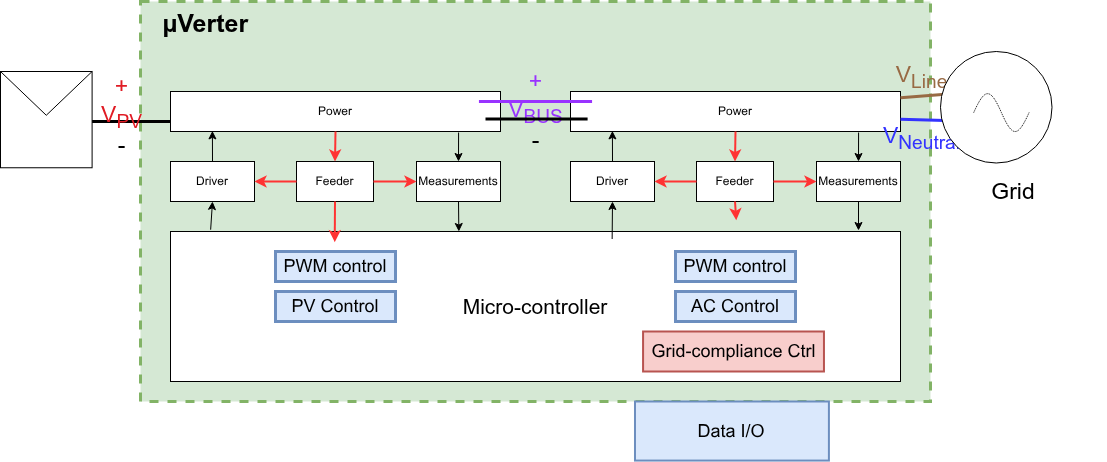
This is hardware/testing/Images/system_overview.drawio.png from owntech-foundation/micro-inverter, a draw.io export, as it was before one commit. Source tidied: cells renumbered, new cells last; positions are measured from the earlier drawing's top-left corner, leaving out a move shared by most shapes.
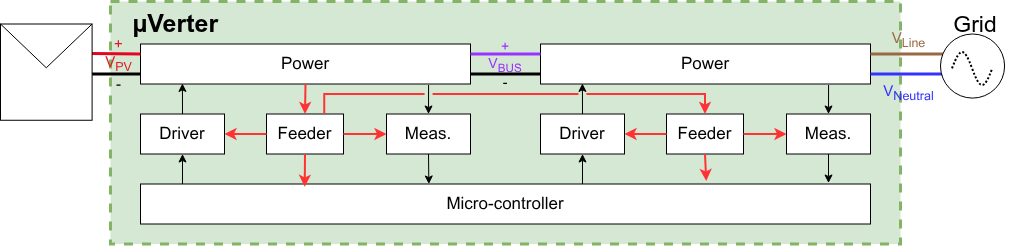
The same file after the commit.

Commit message:
updates the system overview to better describe the system itself

What changed in the source:
```diff
@@ -3,136 +3,122 @@
     <mxCell id="0" />
     <mxCell id="1" parent="0" />
     <mxCell id="2" value="&amp;nbsp; &amp;nbsp;&lt;b&gt;µVerter&lt;/b&gt;" style="rounded=0;whiteSpace=wrap;html=1;fillColor=#d5e8d4;strokeColor=#82b366;strokeWidth=3;dashed=1;align=left;verticalAlign=top;fontSize=25;" parent="1" vertex="1">
-      <mxGeometry x="140" width="790" height="400" as="geometry" />
+      <mxGeometry x="140" y="47.5" width="790" height="242.5" as="geometry" />
     </mxCell>
-    <mxCell id="3" style="edgeStyle=none;html=1;exitX=0.873;exitY=1.025;exitDx=0;exitDy=0;exitPerimeter=0;entryX=0.5;entryY=0;entryDx=0;entryDy=0;" parent="1" edge="1" source="4" target="6">
+    <mxCell id="3" style="edgeStyle=none;html=1;exitX=0.873;exitY=1.025;exitDx=0;exitDy=0;exitPerimeter=0;entryX=0.5;entryY=0;entryDx=0;entryDy=0;fontSize=17;" parent="1" edge="1" source="4" target="6">
       <mxGeometry relative="1" as="geometry" />
     </mxCell>
-    <mxCell id="4" value="Power" style="whiteSpace=wrap;html=1;" parent="1" vertex="1">
+    <mxCell id="4" value="Power" style="whiteSpace=wrap;html=1;fontSize=17;" parent="1" vertex="1">
       <mxGeometry x="170" y="90" width="330" height="40" as="geometry" />
     </mxCell>
-    <mxCell id="5" style="edgeStyle=none;html=1;exitX=0.5;exitY=1;exitDx=0;exitDy=0;entryX=0.395;entryY=0;entryDx=0;entryDy=0;entryPerimeter=0;" parent="1" edge="1" source="6" target="8">
+    <mxCell id="5" style="edgeStyle=none;html=1;exitX=0.5;exitY=1;exitDx=0;exitDy=0;entryX=0.395;entryY=0;entryDx=0;entryDy=0;entryPerimeter=0;fontSize=17;" parent="1" edge="1" source="6" target="8">
       <mxGeometry relative="1" as="geometry" />
     </mxCell>
-    <mxCell id="6" value="Measurements" style="whiteSpace=wrap;html=1;" parent="1" vertex="1">
+    <mxCell id="6" value="Meas." style="whiteSpace=wrap;html=1;fontSize=17;" parent="1" vertex="1">
       <mxGeometry x="416" y="160" width="84" height="40" as="geometry" />
     </mxCell>
-    <mxCell id="7" style="edgeStyle=none;html=1;entryX=0.5;entryY=1;entryDx=0;entryDy=0;exitX=0.055;exitY=-0.012;exitDx=0;exitDy=0;exitPerimeter=0;" parent="1" edge="1" source="8" target="10">
-      <mxGeometry relative="1" as="geometry" />
+    <mxCell id="7" style="edgeStyle=none;html=1;entryX=0.5;entryY=1;entryDx=0;entryDy=0;fontSize=17;" parent="1" edge="1" target="10">
+      <mxGeometry relative="1" as="geometry">
+        <mxPoint x="212" y="230" as="sourcePoint" />
+      </mxGeometry>
     </mxCell>
-    <mxCell id="8" value="Micro-controller" style="whiteSpace=wrap;html=1;fontSize=21;" parent="1" vertex="1">
-      <mxGeometry x="170" y="230" width="730" height="150" as="geometry" />
+    <mxCell id="8" value="Micro-controller" style="whiteSpace=wrap;html=1;fontSize=17;" parent="1" vertex="1">
+      <mxGeometry x="170" y="230" width="730" height="40" as="geometry" />
     </mxCell>
-    <mxCell id="9" style="html=1;exitX=0.5;exitY=0;exitDx=0;exitDy=0;entryX=0.127;entryY=0.985;entryDx=0;entryDy=0;entryPerimeter=0;" parent="1" edge="1" source="10" target="4">
+    <mxCell id="9" style="html=1;exitX=0.5;exitY=0;exitDx=0;exitDy=0;entryX=0.127;entryY=0.985;entryDx=0;entryDy=0;entryPerimeter=0;fontSize=17;" parent="1" edge="1" source="10" target="4">
       <mxGeometry relative="1" as="geometry" />
     </mxCell>
-    <mxCell id="10" value="Driver" style="whiteSpace=wrap;html=1;" parent="1" vertex="1">
+    <mxCell id="10" value="Driver" style="whiteSpace=wrap;html=1;fontSize=17;" parent="1" vertex="1">
       <mxGeometry x="170" y="160" width="84" height="40" as="geometry" />
     </mxCell>
-    <mxCell id="11" value="Feeder" style="whiteSpace=wrap;html=1;" parent="1" vertex="1">
+    <mxCell id="11" value="Feeder" style="whiteSpace=wrap;html=1;fontSize=17;" parent="1" vertex="1">
       <mxGeometry x="296" y="160" width="77" height="40" as="geometry" />
     </mxCell>
-    <mxCell id="12" style="edgeStyle=none;jettySize=auto;html=1;exitX=0.5;exitY=1;exitDx=0;exitDy=0;entryX=0.5;entryY=0;entryDx=0;entryDy=0;strokeWidth=2;strokeColor=#FF3333;" parent="1" edge="1" source="4" target="11">
+    <mxCell id="12" style="edgeStyle=none;jettySize=auto;html=1;exitX=0.5;exitY=1;exitDx=0;exitDy=0;entryX=0.5;entryY=0;entryDx=0;entryDy=0;strokeWidth=2;strokeColor=#FF3333;fontSize=17;" parent="1" edge="1" source="4" target="11">
       <mxGeometry relative="1" as="geometry" />
     </mxCell>
-    <mxCell id="13" style="edgeStyle=none;jettySize=auto;html=1;exitX=1;exitY=0.5;exitDx=0;exitDy=0;entryX=0;entryY=0.5;entryDx=0;entryDy=0;strokeWidth=2;strokeColor=#FF3333;" parent="1" edge="1" source="11" target="6">
+    <mxCell id="13" style="edgeStyle=none;jettySize=auto;html=1;exitX=1;exitY=0.5;exitDx=0;exitDy=0;entryX=0;entryY=0.5;entryDx=0;entryDy=0;strokeWidth=2;strokeColor=#FF3333;fontSize=17;" parent="1" edge="1" source="11" target="6">
       <mxGeometry relative="1" as="geometry" />
     </mxCell>
-    <mxCell id="14" style="edgeStyle=none;jettySize=auto;html=1;exitX=0.5;exitY=1;exitDx=0;exitDy=0;entryX=0.225;entryY=0.071;entryDx=0;entryDy=0;strokeWidth=2;strokeColor=#FF3333;entryPerimeter=0;" parent="1" edge="1" source="11" target="8">
+    <mxCell id="14" style="edgeStyle=none;jettySize=auto;html=1;exitX=0.5;exitY=1;exitDx=0;exitDy=0;entryX=0.225;entryY=0.071;entryDx=0;entryDy=0;strokeWidth=2;strokeColor=#FF3333;entryPerimeter=0;fontSize=17;" parent="1" edge="1" source="11" target="8">
       <mxGeometry relative="1" as="geometry" />
     </mxCell>
-    <mxCell id="15" style="edgeStyle=none;jettySize=auto;html=1;exitX=0;exitY=0.5;exitDx=0;exitDy=0;entryX=1;entryY=0.5;entryDx=0;entryDy=0;strokeWidth=2;strokeColor=#FF3333;" parent="1" edge="1" source="11" target="10">
+    <mxCell id="15" style="edgeStyle=none;jettySize=auto;html=1;exitX=0;exitY=0.5;exitDx=0;exitDy=0;entryX=1;entryY=0.5;entryDx=0;entryDy=0;strokeWidth=2;strokeColor=#FF3333;fontSize=17;" parent="1" edge="1" source="11" target="10">
       <mxGeometry relative="1" as="geometry" />
     </mxCell>
-    <mxCell id="16" style="edgeStyle=none;html=1;exitX=0.873;exitY=1.025;exitDx=0;exitDy=0;exitPerimeter=0;entryX=0.5;entryY=0;entryDx=0;entryDy=0;" parent="1" edge="1" source="17" target="19">
+    <mxCell id="16" style="edgeStyle=none;html=1;exitX=0.873;exitY=1.025;exitDx=0;exitDy=0;exitPerimeter=0;entryX=0.5;entryY=0;entryDx=0;entryDy=0;fontSize=17;" parent="1" edge="1" source="17" target="19">
       <mxGeometry relative="1" as="geometry" />
     </mxCell>
-    <mxCell id="17" value="Power" style="whiteSpace=wrap;html=1;" parent="1" vertex="1">
+    <mxCell id="17" value="Power" style="whiteSpace=wrap;html=1;fontSize=17;" parent="1" vertex="1">
       <mxGeometry x="570" y="90" width="330" height="40" as="geometry" />
     </mxCell>
-    <mxCell id="18" style="edgeStyle=none;html=1;exitX=0.5;exitY=1;exitDx=0;exitDy=0;" parent="1" edge="1" source="19">
+    <mxCell id="18" style="edgeStyle=none;html=1;exitX=0.5;exitY=1;exitDx=0;exitDy=0;fontSize=17;" parent="1" edge="1" source="19">
       <mxGeometry relative="1" as="geometry">
         <mxPoint x="858" y="229" as="targetPoint" />
       </mxGeometry>
     </mxCell>
-    <mxCell id="19" value="Measurements" style="whiteSpace=wrap;html=1;" parent="1" vertex="1">
+    <mxCell id="19" value="Meas." style="whiteSpace=wrap;html=1;fontSize=17;" parent="1" vertex="1">
       <mxGeometry x="816" y="160" width="84" height="40" as="geometry" />
     </mxCell>
-    <mxCell id="20" style="edgeStyle=none;html=1;entryX=0.5;entryY=1;entryDx=0;entryDy=0;exitX=0.605;exitY=0.05;exitDx=0;exitDy=0;exitPerimeter=0;" parent="1" edge="1" source="8" target="22">
-      <mxGeometry relative="1" as="geometry" />
+    <mxCell id="20" style="edgeStyle=none;html=1;entryX=0.5;entryY=1;entryDx=0;entryDy=0;fontSize=17;" parent="1" edge="1" target="22">
+      <mxGeometry relative="1" as="geometry">
+        <mxPoint x="612" y="230" as="sourcePoint" />
+      </mxGeometry>
     </mxCell>
-    <mxCell id="21" style="html=1;exitX=0.5;exitY=0;exitDx=0;exitDy=0;entryX=0.127;entryY=0.985;entryDx=0;entryDy=0;entryPerimeter=0;" parent="1" edge="1" source="22" target="17">
+    <mxCell id="21" style="html=1;exitX=0.5;exitY=0;exitDx=0;exitDy=0;entryX=0.127;entryY=0.985;entryDx=0;entryDy=0;entryPerimeter=0;fontSize=17;" parent="1" edge="1" source="22" target="17">
       <mxGeometry relative="1" as="geometry" />
     </mxCell>
-    <mxCell id="22" value="Driver" style="whiteSpace=wrap;html=1;" parent="1" vertex="1">
+    <mxCell id="22" value="Driver" style="whiteSpace=wrap;html=1;fontSize=17;" parent="1" vertex="1">
       <mxGeometry x="570" y="160" width="84" height="40" as="geometry" />
     </mxCell>
-    <mxCell id="23" value="Feeder" style="whiteSpace=wrap;html=1;" parent="1" vertex="1">
+    <mxCell id="23" value="Feeder" style="whiteSpace=wrap;html=1;fontSize=17;" parent="1" vertex="1">
       <mxGeometry x="696" y="160" width="77" height="40" as="geometry" />
     </mxCell>
-    <mxCell id="24" style="edgeStyle=none;jettySize=auto;html=1;exitX=0.5;exitY=1;exitDx=0;exitDy=0;entryX=0.5;entryY=0;entryDx=0;entryDy=0;strokeWidth=2;strokeColor=#FF3333;" parent="1" edge="1" source="17" target="23">
-      <mxGeometry relative="1" as="geometry" />
+    <mxCell id="24" style="edgeStyle=elbowEdgeStyle;jettySize=auto;html=1;exitX=0.75;exitY=0;exitDx=0;exitDy=0;entryX=0.5;entryY=0;entryDx=0;entryDy=0;strokeWidth=2;strokeColor=#FF3333;elbow=vertical;jumpStyle=gap;rounded=0;curved=0;fontSize=17;" parent="1" edge="1" source="11" target="23">
+      <mxGeometry relative="1" as="geometry">
+        <Array as="points">
+          <mxPoint x="550" y="140" />
+        </Array>
+      </mxGeometry>
     </mxCell>
-    <mxCell id="25" style="edgeStyle=none;jettySize=auto;html=1;exitX=1;exitY=0.5;exitDx=0;exitDy=0;entryX=0;entryY=0.5;entryDx=0;entryDy=0;strokeWidth=2;strokeColor=#FF3333;" parent="1" edge="1" source="23" target="19">
+    <mxCell id="25" style="edgeStyle=none;jettySize=auto;html=1;exitX=1;exitY=0.5;exitDx=0;exitDy=0;entryX=0;entryY=0.5;entryDx=0;entryDy=0;strokeWidth=2;strokeColor=#FF3333;fontSize=17;" parent="1" edge="1" source="23" target="19">
       <mxGeometry relative="1" as="geometry" />
     </mxCell>
-    <mxCell id="26" style="edgeStyle=none;jettySize=auto;html=1;exitX=0.5;exitY=1;exitDx=0;exitDy=0;entryX=0.775;entryY=-0.075;entryDx=0;entryDy=0;strokeWidth=2;strokeColor=#FF3333;entryPerimeter=0;" parent="1" edge="1" source="23" target="8">
+    <mxCell id="26" style="edgeStyle=none;jettySize=auto;html=1;exitX=0.5;exitY=1;exitDx=0;exitDy=0;entryX=0.775;entryY=-0.075;entryDx=0;entryDy=0;strokeWidth=2;strokeColor=#FF3333;entryPerimeter=0;fontSize=17;" parent="1" edge="1" source="23" target="8">
       <mxGeometry relative="1" as="geometry" />
     </mxCell>
-    <mxCell id="27" style="edgeStyle=none;jettySize=auto;html=1;exitX=0;exitY=0.5;exitDx=0;exitDy=0;entryX=1;entryY=0.5;entryDx=0;entryDy=0;strokeWidth=2;strokeColor=#FF3333;" parent="1" edge="1" source="23" target="22">
+    <mxCell id="27" style="edgeStyle=none;jettySize=auto;html=1;exitX=0;exitY=0.5;exitDx=0;exitDy=0;entryX=1;entryY=0.5;entryDx=0;entryDy=0;strokeWidth=2;strokeColor=#FF3333;fontSize=17;" parent="1" edge="1" source="23" target="22">
       <mxGeometry relative="1" as="geometry" />
     </mxCell>
-    <mxCell id="28" style="endArrow=none;html=1;rounded=0;entryX=1;entryY=0.25;entryDx=0;entryDy=0;strokeColor=light-dark(#986a44, #ededed);strokeWidth=3;" parent="1" edge="1">
-      <mxGeometry relative="1" as="geometry">
-        <mxPoint x="980" y="90" as="sourcePoint" />
-        <mxPoint x="900" y="96.2" as="targetPoint" />
-      </mxGeometry>
+    <mxCell id="28" style="endArrow=none;html=1;rounded=0;entryX=1;entryY=0.25;entryDx=0;entryDy=0;strokeColor=light-dark(#986a44, #ededed);strokeWidth=3;exitX=0.156;exitY=0.312;exitDx=0;exitDy=0;exitPerimeter=0;" parent="1" edge="1" source="45" target="17">
+      <mxGeometry relative="1" as="geometry" />
     </mxCell>
-    <mxCell id="29" style="endArrow=none;html=1;rounded=0;strokeWidth=3;exitX=0;exitY=0.75;exitDx=0;exitDy=0;" parent="1" edge="1" source="4">
-      <mxGeometry relative="1" as="geometry">
-        <mxPoint x="67.9" y="120" as="targetPoint" />
-      </mxGeometry>
+    <mxCell id="29" style="endArrow=none;html=1;rounded=0;strokeWidth=3;exitX=0;exitY=0.75;exitDx=0;exitDy=0;entryX=0.98;entryY=0.52;entryDx=0;entryDy=0;entryPerimeter=0;" parent="1" edge="1" source="4" target="41">
+      <mxGeometry relative="1" as="geometry" />
     </mxCell>
-    <mxCell id="30" style="endArrow=none;html=1;rounded=0;entryX=1;entryY=0.25;entryDx=0;entryDy=0;fillColor=#f8cecc;strokeColor=light-dark(#e40620, #d7817e);strokeWidth=3;" parent="1" edge="1" source="52">
-      <mxGeometry relative="1" as="geometry">
-        <mxPoint x="70" y="100" as="targetPoint" />
-      </mxGeometry>
+    <mxCell id="30" style="endArrow=none;html=1;rounded=0;entryX=0.999;entryY=0.307;entryDx=0;entryDy=0;fillColor=#f8cecc;strokeColor=light-dark(#e40620, #d7817e);strokeWidth=3;exitX=0;exitY=0.25;exitDx=0;exitDy=0;entryPerimeter=0;" parent="1" edge="1" source="4" target="41">
+      <mxGeometry relative="1" as="geometry" />
     </mxCell>
-    <mxCell id="31" style="endArrow=none;html=1;rounded=0;strokeColor=#3333FF;strokeWidth=3;" parent="1" edge="1">
-      <mxGeometry relative="1" as="geometry">
-        <mxPoint x="980" y="120" as="sourcePoint" />
-        <mxPoint x="900" y="117.7" as="targetPoint" />
-      </mxGeometry>
+    <mxCell id="31" style="endArrow=none;html=1;rounded=0;strokeColor=#3333FF;strokeWidth=3;exitX=0.156;exitY=0.624;exitDx=0;exitDy=0;exitPerimeter=0;entryX=1;entryY=0.75;entryDx=0;entryDy=0;" parent="1" edge="1" source="45" target="17">
+      <mxGeometry relative="1" as="geometry" />
     </mxCell>
-    <mxCell id="32" style="endArrow=none;html=1;rounded=0;exitX=0;exitY=0.25;exitDx=0;exitDy=0;entryX=1;entryY=0.25;entryDx=0;entryDy=0;fillColor=#f8cecc;strokeColor=light-dark(#9933FF,#D7817E);strokeWidth=3;" parent="1" edge="1">
-      <mxGeometry relative="1" as="geometry">
-        <mxPoint x="591.6" y="100" as="sourcePoint" />
-        <mxPoint x="478.4" y="100" as="targetPoint" />
-      </mxGeometry>
+    <mxCell id="32" style="endArrow=none;html=1;rounded=0;fillColor=#f8cecc;strokeColor=light-dark(#9933FF,#D7817E);strokeWidth=3;exitX=0;exitY=0.25;exitDx=0;exitDy=0;entryX=1;entryY=0.25;entryDx=0;entryDy=0;fontSize=17;" parent="1" edge="1" source="17" target="4">
+      <mxGeometry relative="1" as="geometry" />
     </mxCell>
-    <mxCell id="33" value="&lt;div&gt;&lt;span style=&quot;color: light-dark(rgb(153, 51, 255), transparent);&quot;&gt;+&lt;br&gt;V&lt;sub&gt;BUS&lt;/sub&gt;&lt;/span&gt;&lt;/div&gt;&lt;div&gt;-&lt;/div&gt;" style="text;html=1;whiteSpace=wrap;strokeColor=none;fillColor=none;align=center;verticalAlign=middle;rounded=0;fontSize=23;" parent="1" vertex="1">
-      <mxGeometry x="486.5" y="80.5" width="97" height="59.1" as="geometry" />
+    <mxCell id="33" value="&lt;div&gt;&lt;span style=&quot;color: light-dark(rgb(153, 51, 255), transparent);&quot;&gt;+&lt;br&gt;V&lt;sub&gt;BUS&lt;/sub&gt;&lt;/span&gt;&lt;/div&gt;&lt;div&gt;-&lt;/div&gt;" style="text;html=1;whiteSpace=wrap;strokeColor=none;fillColor=none;align=center;verticalAlign=middle;rounded=0;fontSize=14;" parent="1" vertex="1">
+      <mxGeometry x="510" y="90" width="50" height="40" as="geometry" />
     </mxCell>
-    <mxCell id="34" value="&lt;div&gt;&lt;span style=&quot;color: light-dark(rgb(152, 106, 68), rgb(237, 237, 237));&quot;&gt;V&lt;sub&gt;Line&lt;/sub&gt;&lt;/span&gt;&lt;/div&gt;" style="text;html=1;whiteSpace=wrap;strokeColor=none;fillColor=none;align=center;verticalAlign=middle;rounded=0;fontSize=23;" parent="1" vertex="1">
-      <mxGeometry x="872.9" y="45.7" width="97" height="59.1" as="geometry" />
+    <mxCell id="34" value="&lt;div&gt;&lt;span style=&quot;color: light-dark(rgb(152, 106, 68), rgb(237, 237, 237));&quot;&gt;V&lt;sub&gt;Line&lt;/sub&gt;&lt;/span&gt;&lt;/div&gt;" style="text;html=1;whiteSpace=wrap;strokeColor=none;fillColor=none;align=center;verticalAlign=middle;rounded=0;fontSize=15;" parent="1" vertex="1">
+      <mxGeometry x="890" y="80" width="97" height="10" as="geometry" />
     </mxCell>
-    <mxCell id="35" value="&lt;div&gt;&lt;span style=&quot;color: light-dark(rgb(51, 51, 255), rgb(237, 237, 237));&quot;&gt;V&lt;sub&gt;Neutral&lt;/sub&gt;&lt;/span&gt;&lt;/div&gt;" style="text;html=1;whiteSpace=wrap;strokeColor=none;fillColor=none;align=center;verticalAlign=middle;rounded=0;fontSize=23;" parent="1" vertex="1">
-      <mxGeometry x="872.9" y="106.7" width="97" height="59.1" as="geometry" />
+    <mxCell id="35" value="&lt;div&gt;&lt;span style=&quot;color: light-dark(rgb(51, 51, 255), rgb(237, 237, 237));&quot;&gt;V&lt;sub&gt;Neutral&lt;/sub&gt;&lt;/span&gt;&lt;/div&gt;" style="text;html=1;whiteSpace=wrap;strokeColor=none;fillColor=none;align=center;verticalAlign=middle;rounded=0;fontSize=15;" parent="1" vertex="1">
+      <mxGeometry x="890" y="130" width="97" height="16.3" as="geometry" />
     </mxCell>
-    <mxCell id="36" value="PV Control" style="rounded=0;whiteSpace=wrap;html=1;fontSize=18;fillColor=#dae8fc;strokeColor=#6c8ebf;strokeWidth=3;" parent="1" vertex="1">
-      <mxGeometry x="275" y="290" width="120" height="30" as="geometry" />
-    </mxCell>
-    <mxCell id="37" value="AC Control" style="rounded=0;whiteSpace=wrap;html=1;fontSize=18;fillColor=#dae8fc;strokeColor=#6c8ebf;strokeWidth=3;" parent="1" vertex="1">
-      <mxGeometry x="675" y="290" width="120" height="30" as="geometry" />
-    </mxCell>
-    <mxCell id="38" value="Data I/O" style="rounded=0;whiteSpace=wrap;html=1;fontSize=18;fillColor=#dae8fc;strokeColor=#6c8ebf;strokeWidth=2;" parent="1" vertex="1">
-      <mxGeometry x="634.5" y="400" width="193.9" height="59.1" as="geometry" />
-    </mxCell>
     <mxCell id="39" value="Grid" style="text;html=1;whiteSpace=wrap;strokeColor=none;fillColor=none;align=center;verticalAlign=middle;rounded=0;fontSize=23;" parent="1" vertex="1">
-      <mxGeometry x="920" y="160" width="185.8" height="59.1" as="geometry" />
+      <mxGeometry x="986" y="60" width="37.9" height="20" as="geometry" />
     </mxCell>
     <mxCell id="40" style="group;strokeWidth=3;strokeColor=none;" parent="1" vertex="1">
-      <mxGeometry y="70" width="91.6" height="96.3" as="geometry" />
+      <mxGeometry x="30" y="70" width="167" height="96.3" as="geometry" />
     </mxCell>
     <mxCell id="41" style="rounded=0;whiteSpace=wrap;html=1;" parent="40" vertex="1">
       <mxGeometry width="91.6" height="96.3" as="geometry" />
@@ -145,37 +131,20 @@
         <mxPoint x="45.8" y="43.8" as="sourcePoint" />
       </mxGeometry>
     </mxCell>
+    <mxCell id="52" value="&lt;span style=&quot;color: light-dark(rgb(224, 27, 36), rgb(237, 237, 237));&quot;&gt;+&lt;/span&gt;&lt;br&gt;&lt;div&gt;&lt;span style=&quot;color: light-dark(rgb(224, 27, 36), rgb(237, 237, 237));&quot;&gt;V&lt;sub&gt;PV&lt;/sub&gt;&lt;/span&gt;&lt;/div&gt;&lt;div&gt;-&lt;/div&gt;" style="text;html=1;whiteSpace=wrap;strokeColor=none;fillColor=none;align=center;verticalAlign=middle;rounded=0;fontSize=15;" parent="40" vertex="1">
+      <mxGeometry x="70" y="10" width="97" height="59.1" as="geometry" />
+    </mxCell>
     <mxCell id="44" style="group;" parent="1" vertex="1">
-      <mxGeometry x="940" y="50" width="121.8" height="111.5" as="geometry" />
+      <mxGeometry x="970" y="80" width="70" height="70" as="geometry" />
     </mxCell>
     <mxCell id="45" style="ellipse;whiteSpace=wrap;html=1;" parent="44" vertex="1">
-      <mxGeometry width="111.5" height="111.5" as="geometry" />
+      <mxGeometry width="64.1" height="64.1" as="geometry" />
     </mxCell>
-    <mxCell id="46" style="verticalLabelPosition=bottom;shadow=0;dashed=1;align=center;html=1;verticalAlign=top;shape=mxgraph.electrical.waveforms.sine_wave;dashPattern=1 1;" parent="44" vertex="1">
-      <mxGeometry x="33.2" y="35.8" width="55.4" height="50.6" as="geometry" />
+    <mxCell id="46" style="verticalLabelPosition=bottom;shadow=0;dashed=1;align=center;html=1;verticalAlign=top;shape=mxgraph.electrical.waveforms.sine_wave;dashPattern=1 1;fontSize=13;strokeWidth=2;" parent="44" vertex="1">
+      <mxGeometry x="11.5" y="12.6" width="40.2" height="43.9" as="geometry" />
     </mxCell>
-    <mxCell id="47" value="Grid-compliance Ctrl" style="rounded=0;whiteSpace=wrap;html=1;fontSize=18;fillColor=#f8cecc;strokeColor=#b85450;strokeWidth=2;" parent="1" vertex="1">
-      <mxGeometry x="642.6" y="330" width="180.9" height="40" as="geometry" />
-    </mxCell>
-    <mxCell id="48" value="PWM control" style="rounded=0;whiteSpace=wrap;html=1;fontSize=18;fillColor=#dae8fc;strokeColor=#6c8ebf;strokeWidth=3;" parent="1" vertex="1">
-      <mxGeometry x="275" y="250" width="120" height="30" as="geometry" />
-    </mxCell>
-    <mxCell id="49" value="PWM control" style="rounded=0;whiteSpace=wrap;html=1;fontSize=18;fillColor=#dae8fc;strokeColor=#6c8ebf;strokeWidth=3;" parent="1" vertex="1">
-      <mxGeometry x="675" y="250" width="120" height="30" as="geometry" />
-    </mxCell>
-    <mxCell id="50" style="endArrow=none;html=1;rounded=0;strokeWidth=3;exitX=0;exitY=0.75;exitDx=0;exitDy=0;" parent="1" edge="1">
-      <mxGeometry relative="1" as="geometry">
-        <mxPoint x="587.1" y="117.5" as="sourcePoint" />
-        <mxPoint x="485" y="117.5" as="targetPoint" />
-      </mxGeometry>
+    <mxCell id="50" style="endArrow=none;html=1;rounded=0;strokeWidth=3;entryX=1;entryY=0.75;entryDx=0;entryDy=0;exitX=0;exitY=0.75;exitDx=0;exitDy=0;fontSize=17;" parent="1" edge="1" source="17" target="4">
+      <mxGeometry relative="1" as="geometry" />
     </mxCell>
-    <mxCell id="51" style="endArrow=none;html=1;rounded=0;entryX=1;entryY=0.25;entryDx=0;entryDy=0;fillColor=#f8cecc;strokeColor=light-dark(#e40620, #d7817e);strokeWidth=3;" parent="1" edge="1" target="52">
-      <mxGeometry relative="1" as="geometry">
-        <mxPoint x="170" y="100" as="sourcePoint" />
-      </mxGeometry>
-    </mxCell>
-    <mxCell id="52" value="&lt;span style=&quot;color: light-dark(rgb(224, 27, 36), rgb(237, 237, 237));&quot;&gt;+&lt;/span&gt;&lt;br&gt;&lt;div&gt;&lt;span style=&quot;color: light-dark(rgb(224, 27, 36), rgb(237, 237, 237));&quot;&gt;V&lt;sub&gt;PV&lt;/sub&gt;&lt;/span&gt;&lt;/div&gt;&lt;div&gt;-&lt;/div&gt;" style="text;html=1;whiteSpace=wrap;strokeColor=none;fillColor=none;align=center;verticalAlign=middle;rounded=0;fontSize=23;" parent="1" vertex="1">
-      <mxGeometry x="73" y="85.8" width="97" height="59.1" as="geometry" />
-    </mxCell>
   </root>
 </mxGraphModel>
```
